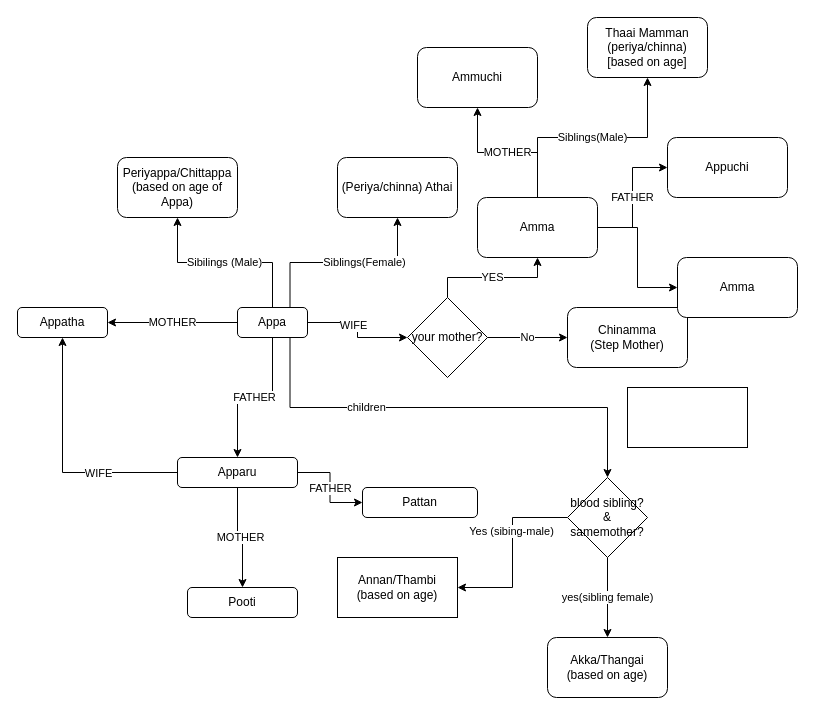
kar-sub/relationship-designing keeps this draw.io diagram as relationship-graphdia.drawio. Above is the earlier version. Source tidied: cells renumbered, new cells numbered last; positions are measured from the earlier drawing's top-left corner, leaving out a move shared by most shapes. Both pictures are drawn from the tidied source at 100%, with x=0, y=0 at pixel (17, 17).
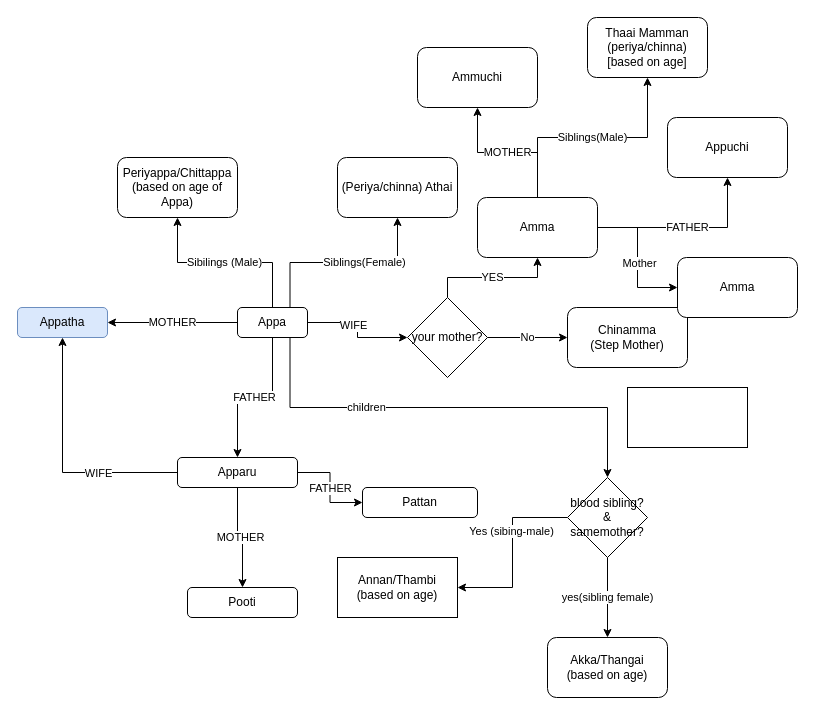
After the change.

Unchanged cells that the change refers to:
```xml
<mxCell id="15" style="edgeStyle=orthogonalEdgeStyle;rounded=0;jettySize=auto;html=1;" parent="1" edge="1" source="16" target="41">
  <mxGeometry relative="1" as="geometry" />
</mxCell>
```

What changed in the source:
```diff
@@
+    <mxCell id="42" value="Mother" style="edgeLabel;html=1;align=center;verticalAlign=middle;" parent="15" vertex="1">
+      <mxGeometry x="0.07" y="1" relative="1" as="geometry" />
+    </mxCell>
@@
-    <mxCell id="26" value="Appatha" style="whiteSpace=wrap;html=1;rounded=1;" parent="1" vertex="1">
+    <mxCell id="26" value="Appatha" style="whiteSpace=wrap;html=1;rounded=1;fillColor=#dae8fc;strokeColor=#6c8ebf;" parent="1" vertex="1">
       <mxGeometry y="290" width="90" height="30" as="geometry" />
     </mxCell>
@@
     <mxCell id="37" value="Appuchi" style="whiteSpace=wrap;html=1;rounded=1;" parent="1" vertex="1">
-      <mxGeometry x="650" y="120" width="120" height="60" as="geometry" />
+      <mxGeometry x="650" y="100" width="120" height="60" as="geometry" />
     </mxCell>
```
